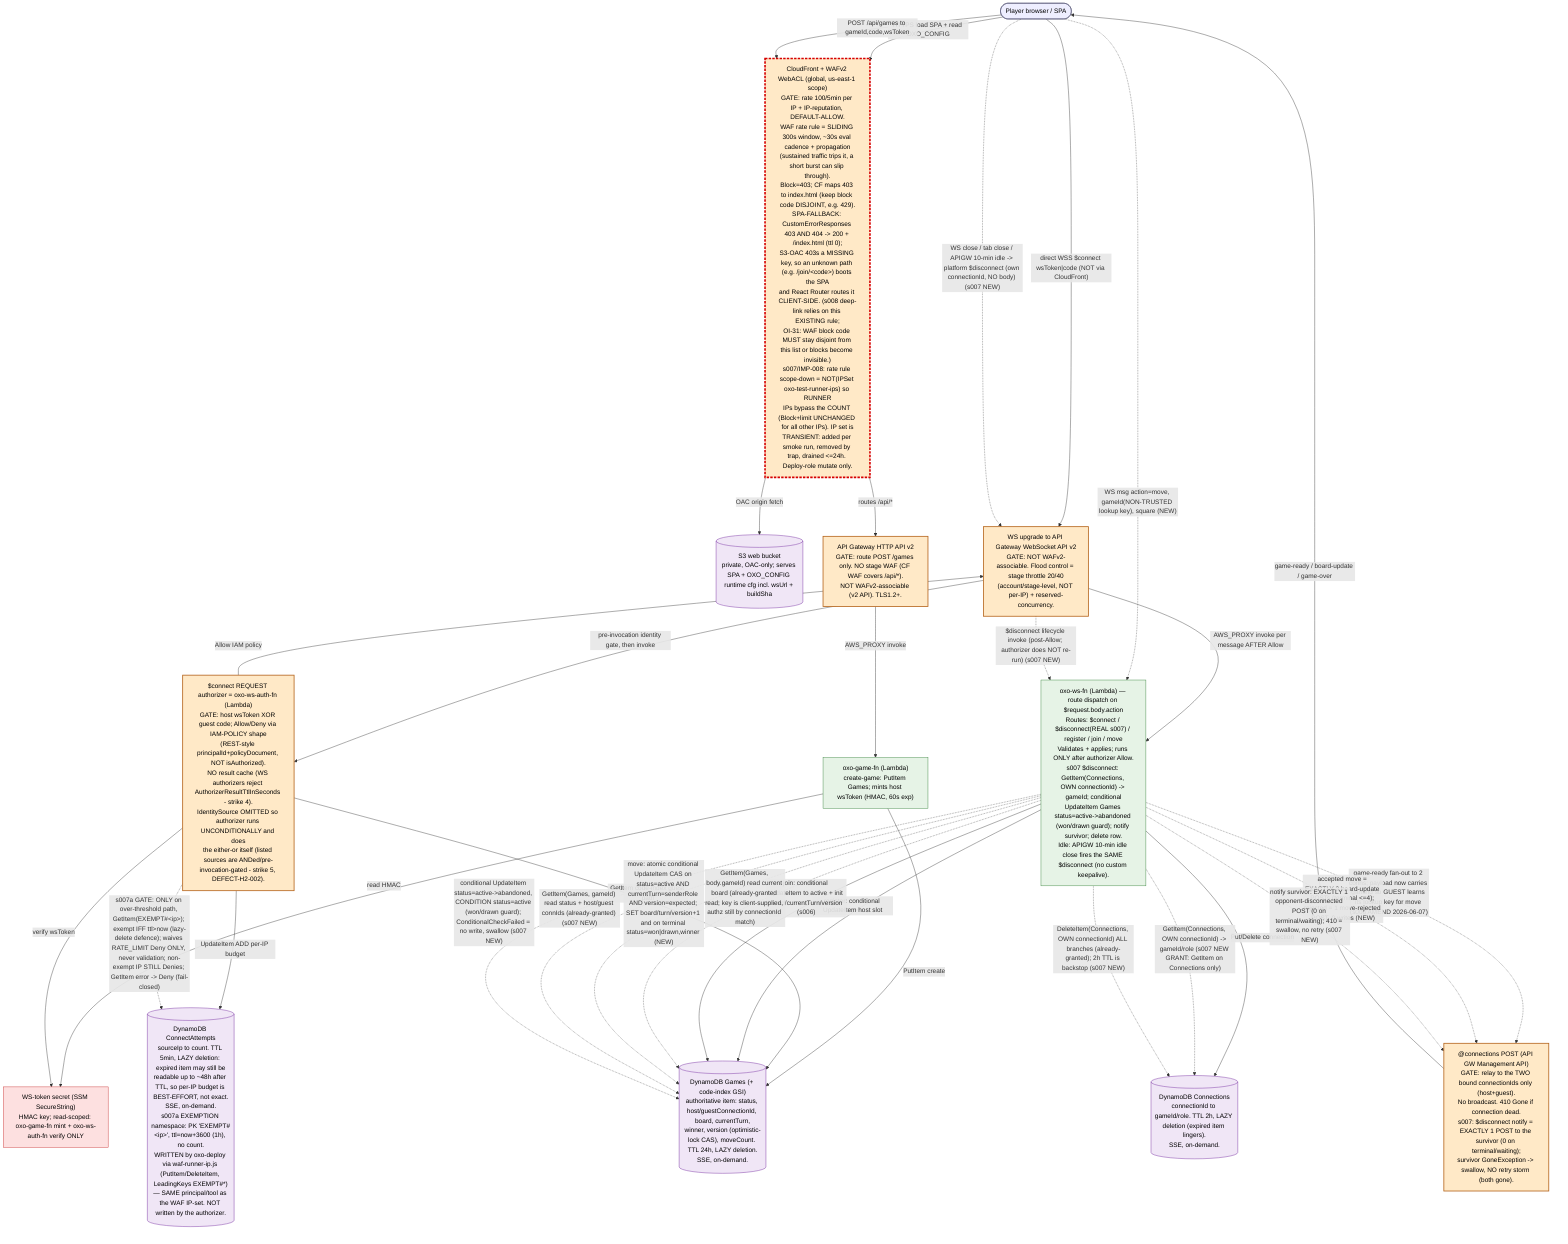
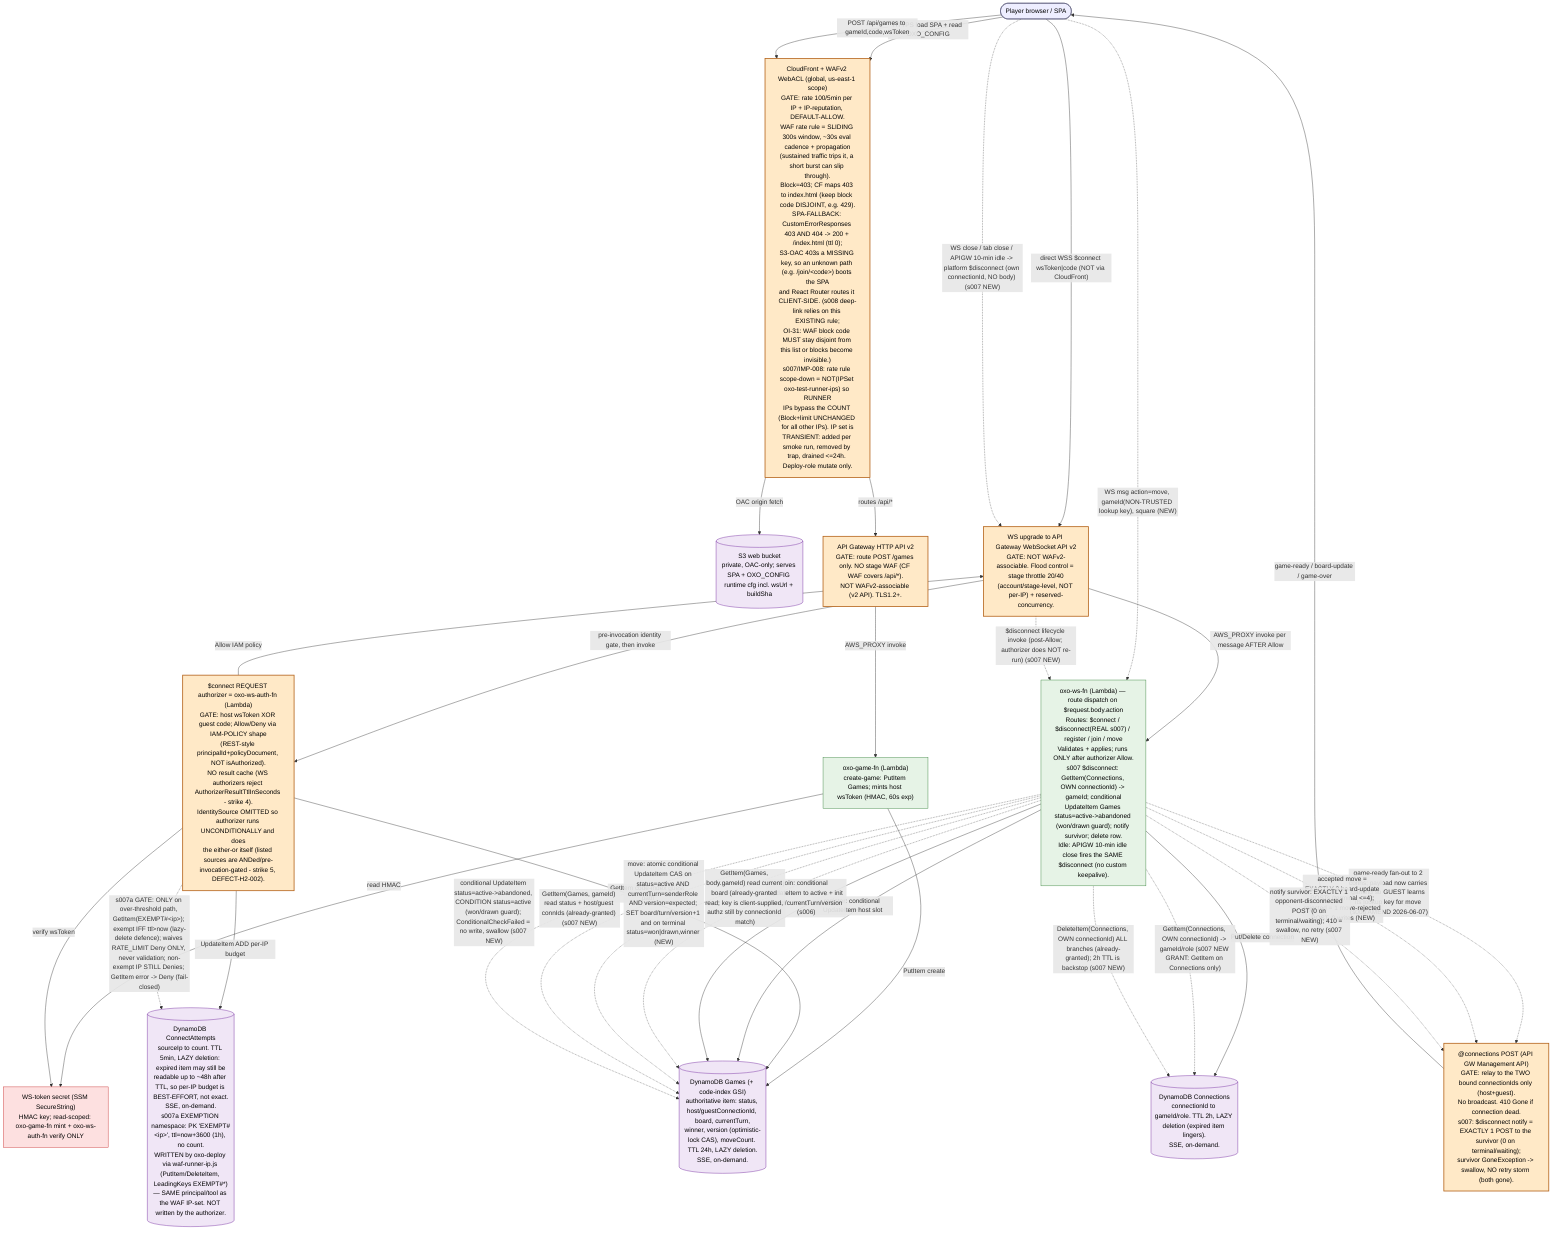
%% oxo-online runtime data-flow — s008 edition (process §12a)
%% Platform GATES are explicit nodes. Non-obvious platform semantics are named ON the node.
%% This file is the TESTER's planning input. classDef changed marks THIS slice's (s008) delta.
%% Granularity: module / gate level (coarse). Built scope only (deferred items are NOT drawn).
%% s007 marks: the $disconnect path becomes REAL (abandon+notify+clean up) and the
%% CloudFront WAF gate gains the oxo-test-runner-ips IP-set scope-down annotation (IMP-008).
%% s008 (CLIENT-ONLY / arch-lite): NO new platform-gate node, NO new data flow. The only
%% delta is that the EXISTING CloudFront SPA-fallback gate (403/404 -> 200 + /index.html)
%% now ALSO serves deep-link path /join/<code> so React Router resolves it client-side.
%% Marked `changed` only to make the tester plan the deep-link-boots-SPA prod smoke (T1).
%% The deep-link join itself reuses the EXISTING WS $connect?code + join path UNCHANGED.

flowchart TD

  %% ---- Edge / SPA path (HTTPS) ----
  player(["Player browser / SPA"]):::actor
  cfwaf["CloudFront + WAFv2 WebACL (global, us-east-1 scope)<br/>GATE: rate 100/5min per IP + IP-reputation, DEFAULT-ALLOW.<br/>WAF rate rule = SLIDING 300s window, ~30s eval cadence + propagation<br/>(sustained traffic trips it, a short burst can slip through).<br/>Block=403; CF maps 403 to index.html (keep block code DISJOINT, e.g. 429).<br/>SPA-FALLBACK: CustomErrorResponses 403 AND 404 -> 200 + /index.html (ttl 0);<br/>S3-OAC 403s a MISSING key, so an unknown path (e.g. /join/&lt;code&gt;) boots the SPA<br/>and React Router routes it CLIENT-SIDE. (s008 deep-link relies on this EXISTING rule;<br/>OI-31: WAF block code MUST stay disjoint from this list or blocks become invisible.)<br/>s007/IMP-008: rate rule scope-down = NOT(IPSet oxo-test-runner-ips) so RUNNER<br/>IPs bypass the COUNT (Block+limit UNCHANGED for all other IPs). IP set is<br/>TRANSIENT: added per smoke run, removed by trap, drained <=24h. Deploy-role mutate only."]:::gate
  s3[("S3 web bucket<br/>private, OAC-only; serves SPA + OXO_CONFIG runtime cfg incl. wsUrl + buildSha")]:::store
  httpapi["API Gateway HTTP API v2<br/>GATE: route POST /games only. NO stage WAF (CF WAF covers /api/*).<br/>NOT WAFv2-associable (v2 API). TLS1.2+."]:::gate
  gamefn["oxo-game-fn (Lambda)<br/>create-game: PutItem Games; mints host wsToken (HMAC, 60s exp)"]:::compute
  secret["WS-token secret (SSM SecureString)<br/>HMAC key; read-scoped: oxo-game-fn mint + oxo-ws-auth-fn verify ONLY"]:::secret

  %% ---- WebSocket path (WSS, NOT via CloudFront) ----
  wsupgrade["WS upgrade to API Gateway WebSocket API v2<br/>GATE: NOT WAFv2-associable. Flood control = stage throttle 20/40<br/>(account/stage-level, NOT per-IP) + reserved-concurrency."]:::gate
  wsauth["$connect REQUEST authorizer = oxo-ws-auth-fn (Lambda)<br/>GATE: host wsToken XOR guest code; Allow/Deny via IAM-POLICY shape<br/>(REST-style principalId+policyDocument, NOT isAuthorized).<br/>NO result cache (WS authorizers reject AuthorizerResultTtlInSeconds - strike 4).<br/>IdentitySource OMITTED so authorizer runs UNCONDITIONALLY and does<br/>the either-or itself (listed sources are ANDed/pre-invocation-gated - strike 5, DEFECT-H2-002)."]:::gate
  attempts[("DynamoDB ConnectAttempts<br/>sourceIp to count. TTL 5min, LAZY deletion: expired item may still be<br/>readable up to ~48h after TTL, so per-IP budget is BEST-EFFORT, not exact.<br/>SSE, on-demand.<br/>s007a EXEMPTION namespace: PK 'EXEMPT#&lt;ip&gt;', ttl=now+3600 (1h), no count.<br/>WRITTEN by oxo-deploy via waf-runner-ip.js (PutItem/DeleteItem, LeadingKeys EXEMPT#*)<br/>— SAME principal/tool as the WAF IP-set. NOT written by the authorizer.")]:::store
  wsfn["oxo-ws-fn (Lambda) — route dispatch on $request.body.action<br/>Routes: $connect / $disconnect(REAL s007) / register / join / move<br/>Validates + applies; runs ONLY after authorizer Allow.<br/>s007 $disconnect: GetItem(Connections, OWN connectionId) -> gameId; conditional<br/>UpdateItem Games status=active->abandoned (won/drawn guard); notify survivor; delete row.<br/>Idle: APIGW 10-min idle close fires the SAME $disconnect (no custom keepalive)."]:::compute
  conn[("DynamoDB Connections<br/>connectionId to gameId/role. TTL 2h, LAZY deletion (expired item lingers).<br/>SSE, on-demand.")]:::store
  games[("DynamoDB Games (+ code-index GSI)<br/>authoritative item: status, host/guestConnectionId, board, currentTurn,<br/>winner, version (optimistic-lock CAS), moveCount. TTL 24h, LAZY deletion.<br/>SSE, on-demand.")]:::store
  relay["@connections POST (API GW Management API)<br/>GATE: relay to the TWO bound connectionIds only (host+guest).<br/>No broadcast. 410 Gone if connection dead.<br/>s007: $disconnect notify = EXACTLY 1 POST to the survivor (0 on terminal/waiting);<br/>survivor GoneException -> swallow, NO retry storm (both gone)."]:::gate

  %% ---- Existing edges (built s001..s005-h2) ----
  player -->|"HTTPS load SPA + read OXO_CONFIG"| cfwaf
  cfwaf -->|"OAC origin fetch"| s3
  cfwaf -->|"routes /api/*"| httpapi
  player -->|"POST /api/games to gameId,code,wsToken"| cfwaf
  httpapi -->|"AWS_PROXY invoke"| gamefn
  gamefn -->|"PutItem create"| games
  gamefn -->|"read HMAC"| secret

  player -->|"direct WSS $connect wsToken|code (NOT via CloudFront)"| wsupgrade
  wsupgrade -->|"pre-invocation identity gate, then invoke"| wsauth
  wsauth -->|"verify wsToken"| secret
  wsauth -->|"GetItem code-index guest path"| games
  wsauth -->|"UpdateItem ADD per-IP budget"| attempts
  wsauth -.->|"s007a GATE: ONLY on over-threshold path, GetItem(EXEMPT#&lt;ip&gt;); exempt IFF ttl&gt;now (lazy-delete defence); waives RATE_LIMIT Deny ONLY, never validation; non-exempt IP STILL Denies; GetItem error -> Deny (fail-closed)"| attempts
  wsauth -->|"Allow IAM policy"| wsupgrade
  wsupgrade -->|"AWS_PROXY invoke per message AFTER Allow"| wsfn
  wsfn -->|"register: conditional UpdateItem host slot"| games
  wsfn -->|"join: conditional UpdateItem to active + init board/currentTurn/version (s006)"| games
  wsfn -->|"Put/Delete connection"| conn
  wsfn -.->|"game-ready fan-out to 2 conns; payload now carries gameId so GUEST learns its lookup key for move (s006 AMEND 2026-06-07)"| relay
  relay -->|"game-ready / board-update / game-over"| player

  %% ---- s006 NEW data flow: move relay (CHANGED, dotted) ----
  %% AMEND 2026-06-07: move frame carries gameId as a NON-TRUSTED LOOKUP KEY (selects
  %% the Games item to read; NOT an identity/role claim). Authorization is the
  %% server-side match of the REAL requestContext.connectionId vs stored host/guest
  %% ConnectionId; forged gameId resolves a game the sender is not in -> reject, no
  %% write. This is why NO Connections-read edge is added on the move path (S5 intact).
  %% game-ready fan-out (line 44 / join.ts) must now also carry gameId so the GUEST
  %% (joins by code) can supply the lookup key.
  player -.->|"WS msg action=move, gameId(NON-TRUSTED lookup key), square (NEW)"| wsfn
  wsfn -.->|"GetItem(Games, body.gameId) read current board (already-granted read; key is client-supplied, authz still by connectionId match)"| games
  wsfn -.->|"move: atomic conditional UpdateItem CAS on status=active AND currentTurn=senderRole AND version=expected; SET board/turn/version+1 and on terminal status=won|drawn,winner (NEW)"| games
  wsfn -.->|"accepted move = EXACTLY 2 board-update POSTs (terminal <=4); rejected = 1 move-rejected POST, 0 writes (NEW)"| relay

  %% ---- s007 NEW data flow: $disconnect abandon + notify + clean up (CHANGED, dotted) ----
  %% Platform fires $disconnect with ONLY the disconnecting OWN connectionId (no gameId, no body).
  %% connectionId IS the identity (platform-set, unspoofable) -> NO force-abandon spoof path.
  %% New IAM grant: dynamodb:GetItem on Connections ONLY (read OWN row by PK; no Query/Scan).
  player -.->|"WS close / tab close / APIGW 10-min idle -> platform $disconnect (own connectionId, NO body) (s007 NEW)"| wsupgrade
  wsupgrade -.->|"$disconnect lifecycle invoke (post-Allow; authorizer does NOT re-run) (s007 NEW)"| wsfn
  wsfn -.->|"GetItem(Connections, OWN connectionId) -> gameId/role (s007 NEW GRANT: GetItem on Connections only)"| conn
  wsfn -.->|"GetItem(Games, gameId) read status + host/guest connIds (already-granted) (s007 NEW)"| games
  wsfn -.->|"conditional UpdateItem status=active->abandoned, CONDITION status=active (won/drawn guard); ConditionalCheckFailed = no write, swallow (s007 NEW)"| games
  wsfn -.->|"notify survivor: EXACTLY 1 opponent-disconnected POST (0 on terminal/waiting); 410 = swallow, no retry (s007 NEW)"| relay
  wsfn -.->|"DeleteItem(Connections, OWN connectionId) ALL branches (already-granted); 2h TTL is backstop (s007 NEW)"| conn

  %% ---- classDef ----
  classDef actor fill:#eef,stroke:#446,color:#000;
  classDef gate fill:#ffe9c7,stroke:#b5651d,color:#000,stroke-width:2px;
  classDef compute fill:#e6f3e6,stroke:#2e7d32,color:#000;
  classDef store fill:#f0e6f6,stroke:#6a1b9a,color:#000;
  classDef secret fill:#fde0e0,stroke:#c62828,color:#000;
  classDef changed stroke:#d50000,stroke-width:4px,stroke-dasharray:6 3;

  %% s006 changed marks CLEARED (2026-06-07 — tester consumed, UC6 prod validation PASS)
  %% Previously marked: wsfn (move route), games (move-write semantics).
  %% Dotted edges (move msg, GetItem, CAS write, 2-post relay) are now delivered/stable.

  %% ---- s007 CHANGED marks (tester plans from these) ----
  %% wsfn: $disconnect stub -> real (abandon+notify+clean up); +Connections GetItem grant.
  %% conn: now READ on the $disconnect path (was write-only) — new GetItem edge.
  %% games: gains active->abandoned conditional transition on $disconnect.
  %% relay: gains the 1-post survivor notify (0 on terminal/waiting).
  %% cfwaf: gains the IMP-008 oxo-test-runner-ips IP-set scope-down annotation.
  %% ---- s007a CHANGED marks (DEFECT-S007-001 authorizer runner-exemption) ----
  %% wsauth: gains a post-threshold exemption GetItem (waives RATE_LIMIT Deny ONLY
  %%   for a LIVE EXEMPT#<ip> item, ttl>now; non-exempt IP still Denies; fail-closed).
  %% attempts: gains the EXEMPT#<ip> namespace (1h TTL), written by oxo-deploy via
  %%   waf-runner-ip.js (PutItem/DeleteItem, LeadingKeys EXEMPT#*) — not the authorizer.
  %% s007 changed marks CLEARED (2026-06-07 — tester consumed, UC4 prod validation PASS)
  %% wsfn: $disconnect real (abandon+notify+clean up); conn: GetItem on $disconnect path;
  %% games: active->abandoned transition; relay: 1-post survivor notify;
  %% cfwaf: IMP-008 scope-down; wsauth: runner-exemption check; attempts: EXEMPT# namespace.
  %% class wsfn,conn,games,relay,cfwaf,wsauth,attempts changed; — CLEARED

  %% ---- s008 CHANGED marks (CLIENT-ONLY / arch-lite — tester plans from these) ----
  %% NO new node, NO new edge, NO new platform gate, NO new data flow.
  %% cfwaf: ONLY mark — the EXISTING SPA-fallback (403/404 -> 200 + /index.html) now also
  %%   serves the deep-link path /join/<code> so React Router resolves it client-side.
  %%   Tester plans the deep-link-boots-SPA prod smoke (T1) + SM-5 two-browser e2e from this.
  %%   The deep-link JOIN reuses the EXISTING WS $connect?code + join path UNCHANGED (no edge change).
-   class cfwaf changed;
+   %% s008 changed mark CLEARED (2026-06-07 — tester consumed, UC3 prod validation PASS, C4 MET 2323ms).
+   %% cfwaf: deep-link /join/<code> via existing SPA-fallback confirmed in prod.
